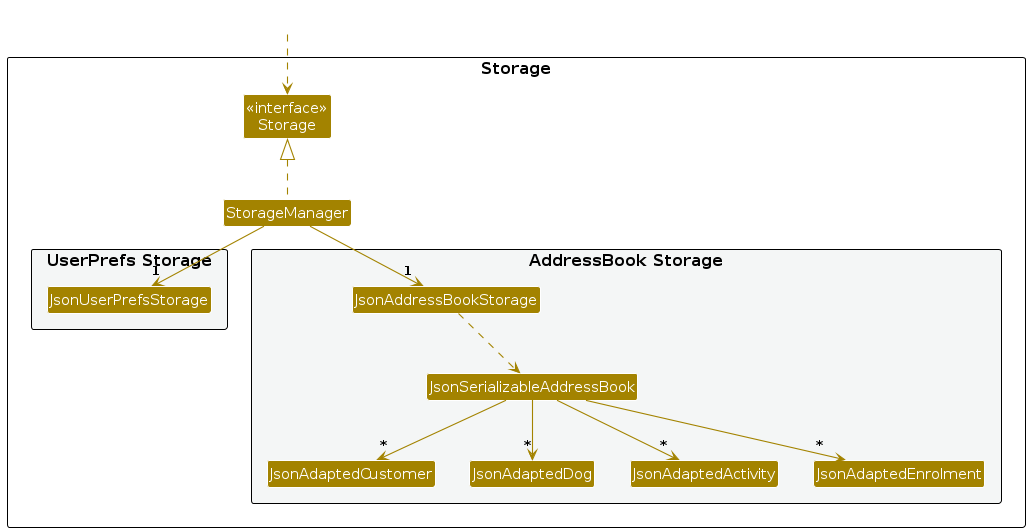
This is diagrams/StorageClassDiagram.png from AY2627S1-CS2103T-T15-4/tp, a PlantUML export, as it was before one commit. Its source is kept beside it as diagrams/StorageClassDiagram.puml.
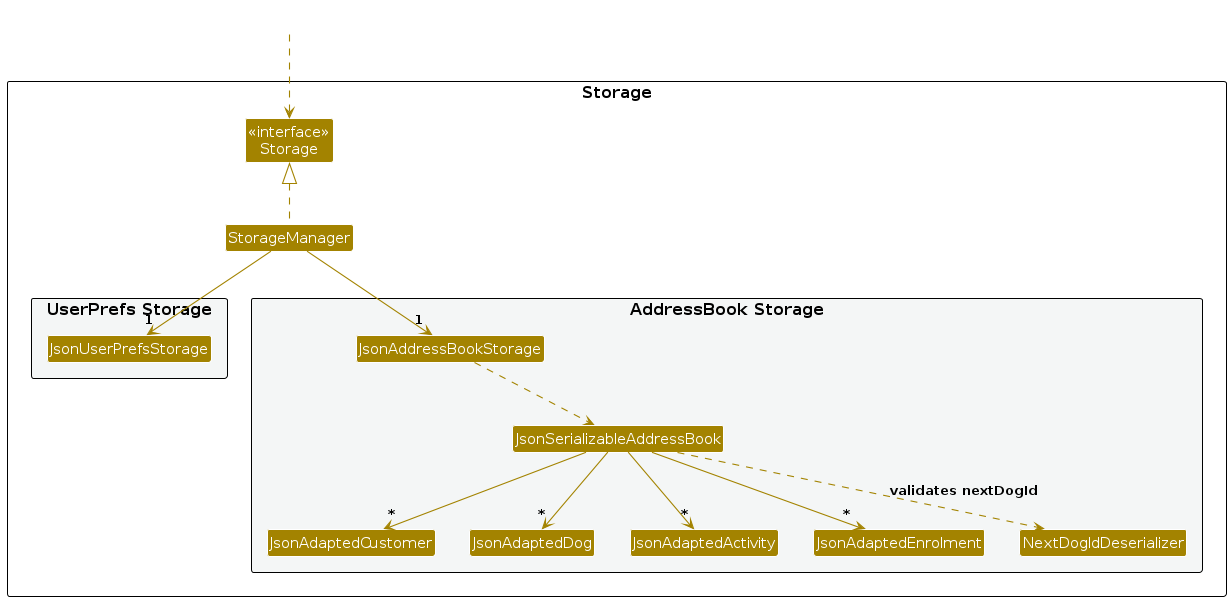
Later version of the same file.

Diff of the diagram source:
```diff
@@ -20,6 +20,7 @@
 Class JsonAdaptedDog
 Class JsonAdaptedActivity
 Class JsonAdaptedEnrolment
+Class NextDogIdDeserializer
 }
 
 }
@@ -36,6 +37,7 @@
 JsonSerializableAddressBook --> "*" JsonAdaptedDog
 JsonSerializableAddressBook --> "*" JsonAdaptedActivity
 JsonSerializableAddressBook --> "*" JsonAdaptedEnrolment
+JsonSerializableAddressBook ..> NextDogIdDeserializer : validates nextDogId
 JsonAdaptedEnrolment : activityId: int
 JsonAdaptedEnrolment : dogId: int
 JsonAdaptedEnrolment : date: LocalDate
```
